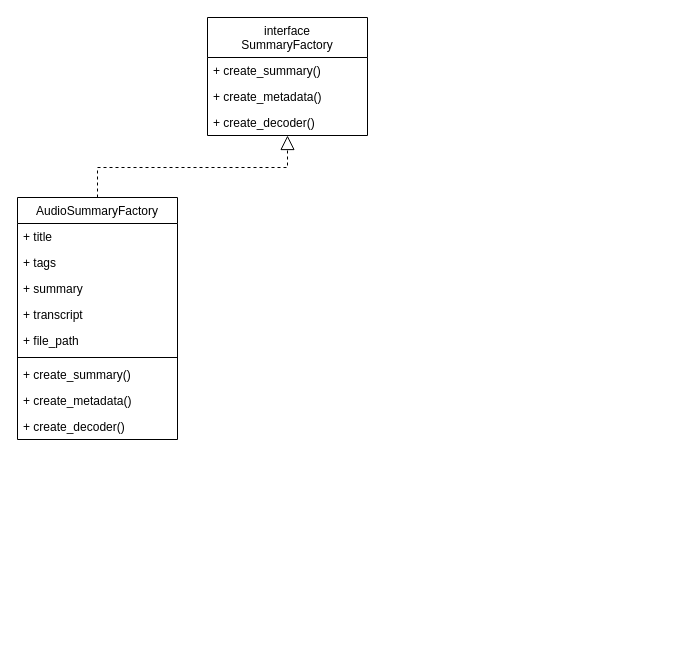
davidefgrossi/davidefgrossi keeps this draw.io diagram as Untitled Diagram.drawio. Above is the earlier version. Source tidied: cells renumbered, new cells numbered last; positions are measured from the earlier drawing's top-left corner, leaving out a move shared by most shapes. Both pictures are drawn from the tidied source at 100%, with x=0, y=0 at pixel (17, 17).
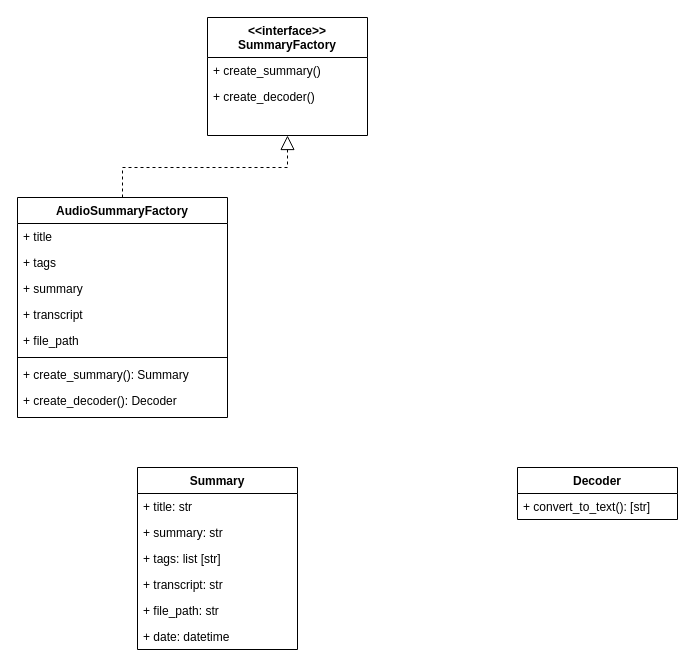
The same page after the edit.

Diff of the diagram source:
```diff
@@
-    <mxCell id="2" value="AudioSummaryFactory" style="swimlane;fontStyle=0;align=center;verticalAlign=top;horizontal=1;startSize=26;rounded=0;shadow=0;strokeWidth=1;" parent="1" vertex="1">
-      <mxGeometry y="180" width="160" height="242" as="geometry" />
+    <mxCell id="2" value="AudioSummaryFactory" style="swimlane;fontStyle=1;align=center;verticalAlign=top;horizontal=1;startSize=26;rounded=0;shadow=0;strokeWidth=1;" parent="1" vertex="1">
+      <mxGeometry y="180" width="210" height="220" as="geometry" />
     </mxCell>
     <mxCell id="3" value="+ title    " style="text;align=left;verticalAlign=top;spacingLeft=4;spacingRight=4;overflow=hidden;" parent="2" vertex="1">
-      <mxGeometry y="26" width="160" height="26" as="geometry" />
+      <mxGeometry y="26" width="210" height="26" as="geometry" />
     </mxCell>
     <mxCell id="4" value="+ tags" style="text;align=left;verticalAlign=top;spacingLeft=4;spacingRight=4;overflow=hidden;rounded=0;shadow=0;html=0;" parent="2" vertex="1">
-      <mxGeometry y="52" width="160" height="26" as="geometry" />
+      <mxGeometry y="52" width="210" height="26" as="geometry" />
     </mxCell>
     <mxCell id="5" value="+ summary" style="text;align=left;verticalAlign=top;spacingLeft=4;spacingRight=4;overflow=hidden;rounded=0;shadow=0;html=0;" parent="2" vertex="1">
-      <mxGeometry y="78" width="160" height="26" as="geometry" />
+      <mxGeometry y="78" width="210" height="26" as="geometry" />
     </mxCell>
     <mxCell id="6" value="+ transcript" style="text;align=left;verticalAlign=top;spacingLeft=4;spacingRight=4;overflow=hidden;rounded=0;shadow=0;html=0;" parent="2" vertex="1">
-      <mxGeometry y="104" width="160" height="26" as="geometry" />
+      <mxGeometry y="104" width="210" height="26" as="geometry" />
     </mxCell>
     <mxCell id="7" value="+ file_path" style="text;align=left;verticalAlign=top;spacingLeft=4;spacingRight=4;overflow=hidden;rounded=0;shadow=0;html=0;" parent="2" vertex="1">
-      <mxGeometry y="130" width="160" height="26" as="geometry" />
+      <mxGeometry y="130" width="210" height="26" as="geometry" />
     </mxCell>
     <mxCell id="8" style="line;html=1;strokeWidth=1;align=left;verticalAlign=middle;spacingTop=-1;spacingLeft=3;spacingRight=3;labelPosition=right;" parent="2" vertex="1">
-      <mxGeometry y="156" width="160" height="8" as="geometry" />
+      <mxGeometry y="156" width="210" height="8" as="geometry" />
     </mxCell>
-    <mxCell id="9" value="+ create_summary()" style="text;align=left;verticalAlign=top;spacingLeft=4;spacingRight=4;overflow=hidden;" parent="2" vertex="1">
-      <mxGeometry y="164" width="160" height="26" as="geometry" />
+    <mxCell id="9" value="+ create_summary(): Summary" style="text;align=left;verticalAlign=top;spacingLeft=4;spacingRight=4;overflow=hidden;" parent="2" vertex="1">
+      <mxGeometry y="164" width="210" height="26" as="geometry" />
     </mxCell>
-    <mxCell id="10" value="+ create_metadata()" style="text;align=left;verticalAlign=top;spacingLeft=4;spacingRight=4;overflow=hidden;" parent="2" vertex="1">
-      <mxGeometry y="190" width="160" height="26" as="geometry" />
-    </mxCell>
-    <mxCell id="11" value="+ create_decoder()" style="text;align=left;verticalAlign=top;spacingLeft=4;spacingRight=4;overflow=hidden;" parent="2" vertex="1">
-      <mxGeometry y="216" width="160" height="26" as="geometry" />
+    <mxCell id="11" value="+ create_decoder(): Decoder" style="text;align=left;verticalAlign=top;spacingLeft=4;spacingRight=4;overflow=hidden;" parent="2" vertex="1">
+      <mxGeometry y="190" width="210" height="26" as="geometry" />
     </mxCell>
-    <mxCell id="12" value="interface&#10;SummaryFactory&#10;" style="swimlane;fontStyle=0;align=center;verticalAlign=top;horizontal=1;startSize=40;rounded=0;shadow=0;strokeWidth=1;" parent="1" vertex="1">
+    <mxCell id="12" value="&lt;&lt;interface&gt;&gt;&#10;SummaryFactory&#10;" style="swimlane;fontStyle=1;align=center;verticalAlign=top;horizontal=1;startSize=40;rounded=0;shadow=0;strokeWidth=1;" parent="1" vertex="1">
       <mxGeometry x="190" width="160" height="118" as="geometry" />
     </mxCell>
@@
-    <mxCell id="14" value="+ create_metadata()" style="text;align=left;verticalAlign=top;spacingLeft=4;spacingRight=4;overflow=hidden;rounded=0;shadow=0;html=0;" parent="12" vertex="1">
-      <mxGeometry y="66" width="160" height="26" as="geometry" />
-    </mxCell>
     <mxCell id="15" value="+ create_decoder()" style="text;align=left;verticalAlign=top;spacingLeft=4;spacingRight=4;overflow=hidden;rounded=0;shadow=0;html=0;" parent="12" vertex="1">
-      <mxGeometry y="92" width="160" height="26" as="geometry" />
+      <mxGeometry y="66" width="160" height="26" as="geometry" />
     </mxCell>
     <mxCell id="16" style="endArrow=block;dashed=1;endFill=0;endSize=12;html=1;rounded=0;exitX=0.5;exitY=0;exitDx=0;exitDy=0;entryX=0.5;entryY=1;entryDx=0;entryDy=0;" parent="1" edge="1" source="2" target="12">
       <mxGeometry relative="1" as="geometry">
         <Array as="points">
-          <mxPoint x="80" y="150" />
+          <mxPoint x="105" y="150" />
           <mxPoint x="270" y="150" />
         </Array>
       </mxGeometry>
     </mxCell>
+    <mxCell id="17" value="Summary" style="swimlane;fontStyle=1;align=center;verticalAlign=top;horizontal=1;startSize=26;whiteSpace=wrap;html=1;" parent="1" vertex="1">
+      <mxGeometry x="120" y="450" width="160" height="182" as="geometry" />
+    </mxCell>
+    <mxCell id="18" value="+ title: str" style="text;strokeColor=none;fillColor=none;align=left;verticalAlign=top;spacingLeft=4;spacingRight=4;overflow=hidden;whiteSpace=wrap;html=1;" parent="17" vertex="1">
+      <mxGeometry y="26" width="160" height="26" as="geometry" />
+    </mxCell>
+    <mxCell id="19" value="+ summary: str" style="text;strokeColor=none;fillColor=none;align=left;verticalAlign=top;spacingLeft=4;spacingRight=4;overflow=hidden;whiteSpace=wrap;html=1;" parent="17" vertex="1">
+      <mxGeometry y="52" width="160" height="26" as="geometry" />
+    </mxCell>
+    <mxCell id="20" value="+ tags: list [str]" style="text;strokeColor=none;fillColor=none;align=left;verticalAlign=top;spacingLeft=4;spacingRight=4;overflow=hidden;whiteSpace=wrap;html=1;" parent="17" vertex="1">
+      <mxGeometry y="78" width="160" height="26" as="geometry" />
+    </mxCell>
+    <mxCell id="21" value="+ transcript: str" style="text;strokeColor=none;fillColor=none;align=left;verticalAlign=top;spacingLeft=4;spacingRight=4;overflow=hidden;whiteSpace=wrap;html=1;" parent="17" vertex="1">
+      <mxGeometry y="104" width="160" height="26" as="geometry" />
+    </mxCell>
+    <mxCell id="22" value="+ file_path: str" style="text;strokeColor=none;fillColor=none;align=left;verticalAlign=top;spacingLeft=4;spacingRight=4;overflow=hidden;whiteSpace=wrap;html=1;" parent="17" vertex="1">
+      <mxGeometry y="130" width="160" height="26" as="geometry" />
+    </mxCell>
+    <mxCell id="23" value="+ date: datetime" style="text;strokeColor=none;fillColor=none;align=left;verticalAlign=top;spacingLeft=4;spacingRight=4;overflow=hidden;whiteSpace=wrap;html=1;" parent="17" vertex="1">
+      <mxGeometry y="156" width="160" height="26" as="geometry" />
+    </mxCell>
+    <mxCell id="24" value="Decoder" style="swimlane;fontStyle=1;align=center;verticalAlign=top;horizontal=1;startSize=26;whiteSpace=wrap;html=1;" parent="1" vertex="1">
+      <mxGeometry x="500" y="450" width="160" height="52" as="geometry" />
+    </mxCell>
+    <mxCell id="25" value="+ convert_to_text(): [str]" style="text;strokeColor=none;fillColor=none;align=left;verticalAlign=top;spacingLeft=4;spacingRight=4;overflow=hidden;whiteSpace=wrap;html=1;" parent="24" vertex="1">
+      <mxGeometry y="26" width="160" height="26" as="geometry" />
+    </mxCell>
```
